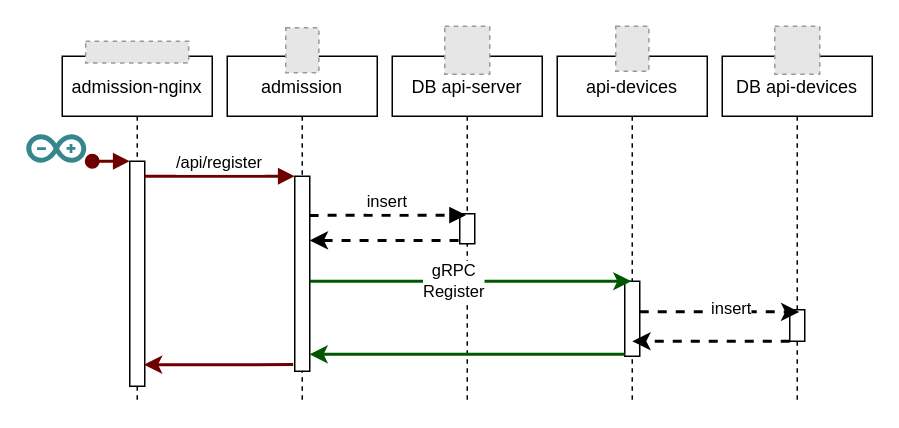
The draw.io diagram diagrams/1-register-devices.drawio in home-anthill/docs, before the edit. Source tidied: cells renumbered, new cells numbered last; positions are measured from the earlier drawing's top-left corner, leaving out a move shared by most shapes. Both pictures are drawn from the tidied source at 150%, with x=0, y=0 at pixel (26, 26). Pictures stored in the file or linked from it are replaced by grey dashed boxes.
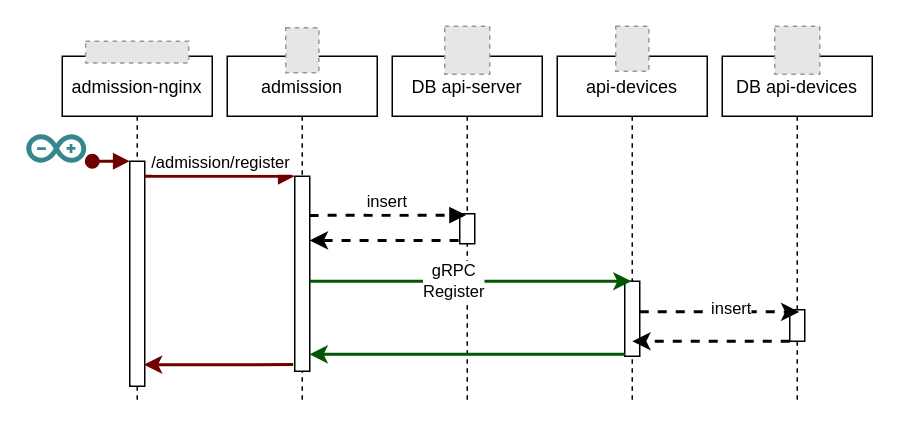
The same diagram, later.

Commit message (it also covers changes not shown here):
fix: remove /api/register because the new path is /admission/register

Unchanged cells that the change refers to:
```xml
<mxCell id="3" style="points=[];perimeter=orthogonalPerimeter;rounded=0;shadow=0;strokeWidth=1;" parent="2" vertex="1">
  <mxGeometry x="45" y="70" width="10" height="150" as="geometry" />
</mxCell>
<mxCell id="7" style="points=[];perimeter=orthogonalPerimeter;rounded=0;shadow=0;strokeWidth=1;" parent="6" vertex="1">
  <mxGeometry x="45" y="80" width="10" height="130" as="geometry" />
</mxCell>
```

Diff of the diagram source:
```diff
@@
-    <mxCell id="8" value="/api/register" style="verticalAlign=bottom;endArrow=block;entryX=0;entryY=0;shadow=0;strokeWidth=2;fillColor=#a20025;strokeColor=#6F0000;" parent="1" edge="1" source="3" target="7">
-      <mxGeometry relative="1" as="geometry" />
+    <mxCell id="8" value="/admission/register" style="verticalAlign=bottom;endArrow=block;entryX=0;entryY=0;shadow=0;strokeWidth=2;fillColor=#a20025;strokeColor=#6F0000;" parent="1" edge="1" source="3" target="7">
+      <mxGeometry x="0.01" relative="1" as="geometry" />
     </mxCell>
```
